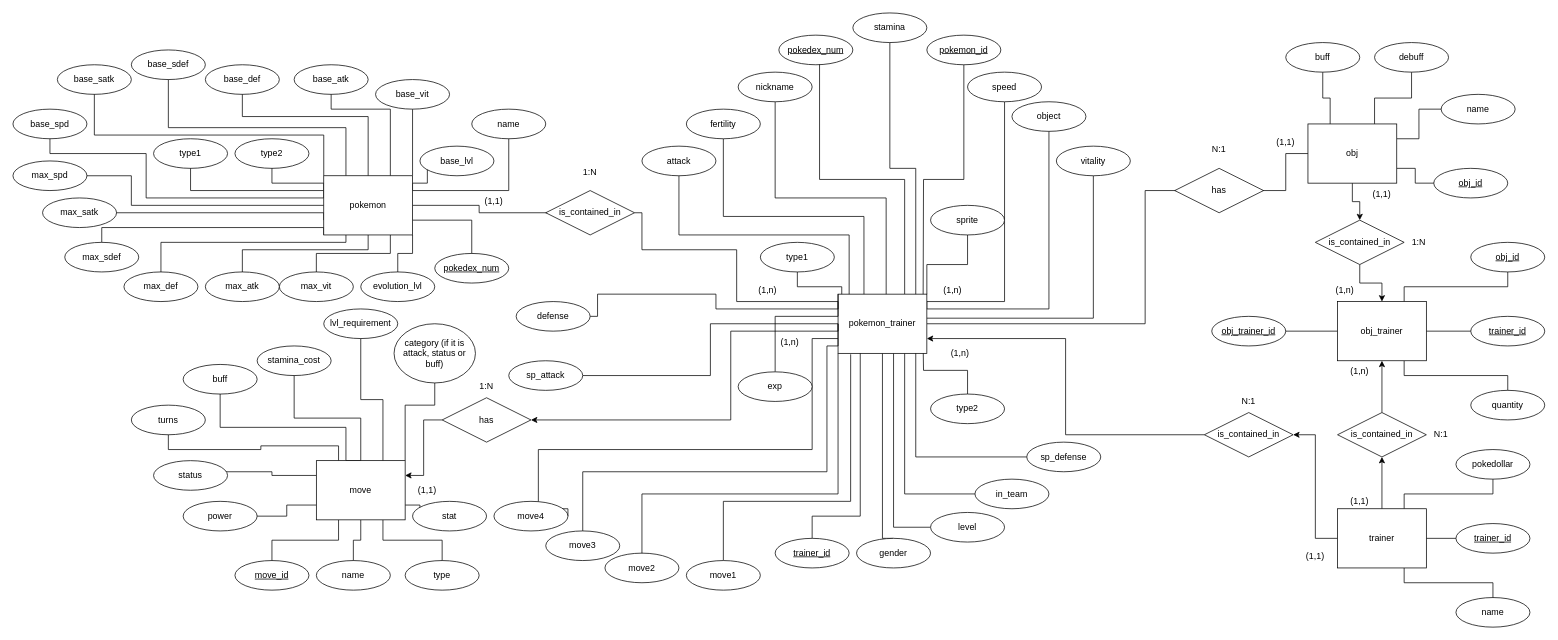
The draw.io diagram bd/Diagramas/Entidad-Relacion-Pokemon.drawio in GabriLoren/Pokemon, before the edit. Source tidied: cells renumbered, new cells numbered last; positions are measured from the earlier drawing's top-left corner, leaving out a move shared by most shapes. Both pictures are drawn from the tidied source at 74%, with x=0, y=0 at pixel (13, 13).
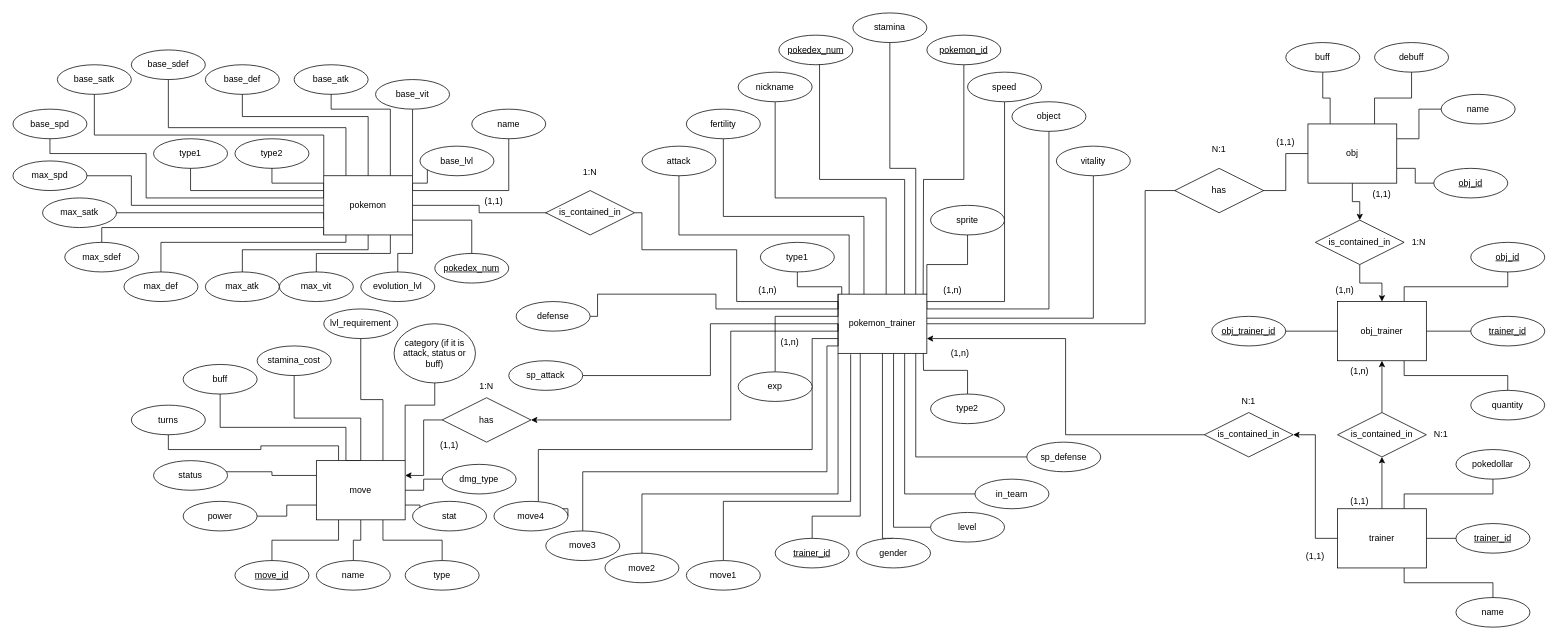
The same page after the edit.

Unchanged cells that the change refers to:
```xml
<mxCell id="68" value="move" style="whiteSpace=wrap;html=1;align=center;" parent="1" vertex="1">
  <mxGeometry x="410" y="605" width="120" height="80" as="geometry" />
</mxCell>
```

The edit, as a diff of the source:
```diff
@@
+    <mxCell id="172" style="edgeStyle=orthogonalEdgeStyle;rounded=0;jettySize=auto;html=1;exitX=1;exitY=0.5;exitDx=0;exitDy=0;entryX=0.2;entryY=0.5;entryDx=0;entryDy=0;entryPerimeter=0;" parent="1" edge="1" source="68" target="173">
+      <mxGeometry relative="1" as="geometry" />
+    </mxCell>
@@
     <mxCell id="136" value="(1,1)" style="text;html=1;strokeColor=none;fillColor=none;align=center;verticalAlign=middle;whiteSpace=wrap;rounded=0;" parent="1" vertex="1">
-      <mxGeometry x="530" y="630" width="60" height="30" as="geometry" />
+      <mxGeometry x="560" y="570" width="60" height="30" as="geometry" />
     </mxCell>
@@
+    <mxCell id="173" value="dmg_type" style="ellipse;whiteSpace=wrap;html=1;align=center;" parent="1" vertex="1">
+      <mxGeometry x="580" y="610" width="100" height="40" as="geometry" />
+    </mxCell>
```
